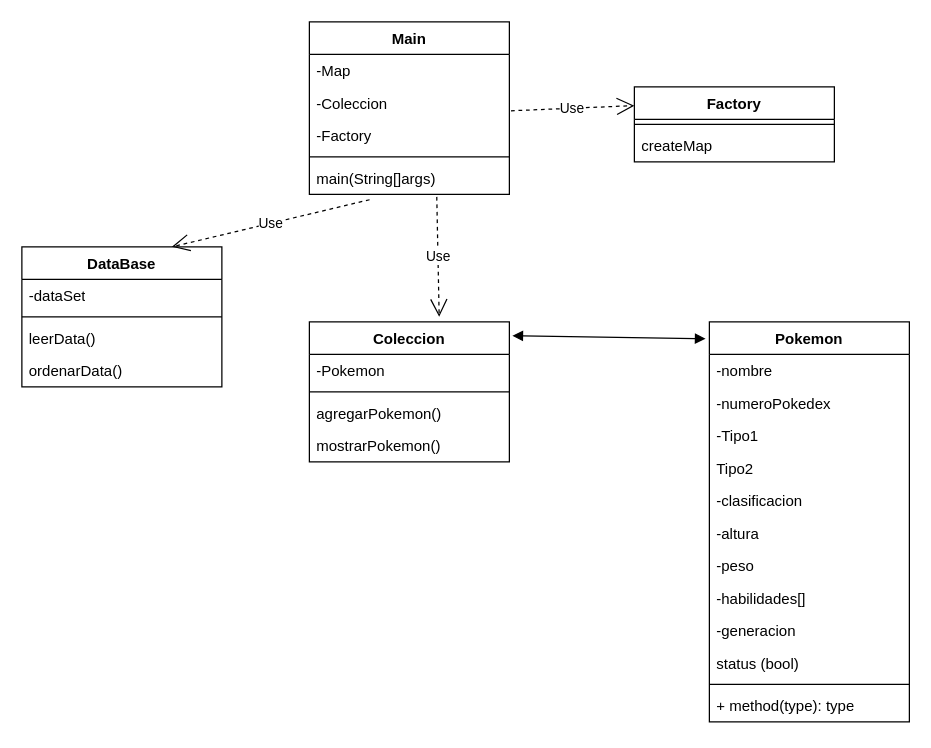
The draw.io diagram UML HDT6.drawio in JAVIERCLO/HojaDeTrabajo6, before the edit. Source tidied: cells renumbered, new cells numbered last; positions are measured from the earlier drawing's top-left corner, leaving out a move shared by most shapes. Both pictures are drawn from the tidied source at 125%, with x=0, y=0 at pixel (21, 21).
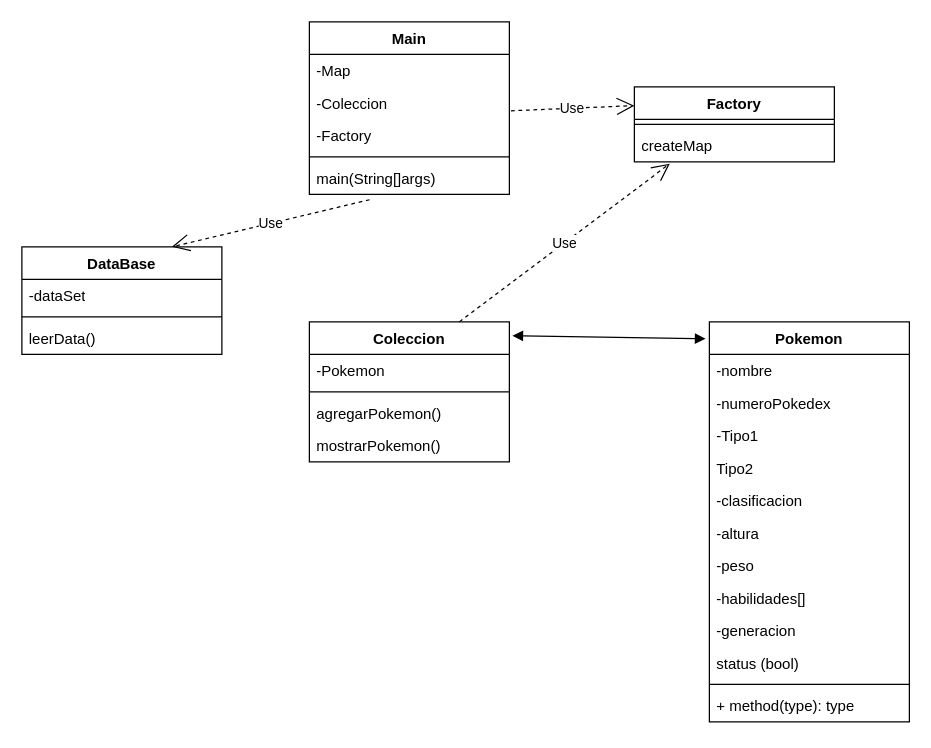
The same diagram, later.

Commit message (it also covers changes not shown here):
cambios al diagrama y creacion de clases

The change refers to these unchanged cells:
```xml
<mxCell id="7" value="Coleccion" style="swimlane;fontStyle=1;align=center;verticalAlign=top;horizontal=1;startSize=26;whiteSpace=wrap;html=1;" parent="1" vertex="1">
  <mxGeometry x="230" y="240" width="160" height="112" as="geometry" />
</mxCell>
<mxCell id="15" value="-Factory" style="text;strokeColor=none;fillColor=none;align=left;verticalAlign=top;spacingLeft=4;spacingRight=4;overflow=hidden;points=[[0,0.5],[1,0.5]];portConstraint=eastwest;whiteSpace=wrap;html=1;" parent="12" vertex="1">
  <mxGeometry y="78" width="160" height="26" as="geometry" />
</mxCell>
<mxCell id="17" value="main(String[]args)" style="text;strokeColor=none;fillColor=none;align=left;verticalAlign=top;spacingLeft=4;spacingRight=4;overflow=hidden;points=[[0,0.5],[1,0.5]];portConstraint=eastwest;whiteSpace=wrap;html=1;" parent="12" vertex="1">
  <mxGeometry y="112" width="160" height="26" as="geometry" />
</mxCell>
<mxCell id="18" value="Factory" style="swimlane;fontStyle=1;align=center;verticalAlign=top;horizontal=1;startSize=26;whiteSpace=wrap;html=1;" parent="1" vertex="1">
  <mxGeometry x="490" y="52" width="160" height="60" as="geometry" />
</mxCell>
<mxCell id="20" value="createMap" style="text;strokeColor=none;fillColor=none;align=left;verticalAlign=top;spacingLeft=4;spacingRight=4;overflow=hidden;points=[[0,0.5],[1,0.5]];portConstraint=eastwest;whiteSpace=wrap;html=1;" parent="18" vertex="1">
  <mxGeometry y="34" width="160" height="26" as="geometry" />
</mxCell>
```

What changed in the source:
```diff
@@
     <mxCell id="2" value="DataBase" style="swimlane;fontStyle=1;align=center;verticalAlign=top;horizontal=1;startSize=26;whiteSpace=wrap;html=1;" parent="1" vertex="1">
-      <mxGeometry y="180" width="160" height="112" as="geometry" />
+      <mxGeometry y="180" width="160" height="86" as="geometry" />
     </mxCell>
@@
-    <mxCell id="6" value="ordenarData()" style="text;strokeColor=none;fillColor=none;align=left;verticalAlign=top;spacingLeft=4;spacingRight=4;overflow=hidden;whiteSpace=wrap;html=1;" parent="2" vertex="1">
-      <mxGeometry y="86" width="160" height="26" as="geometry" />
-    </mxCell>
@@
+    <mxCell id="37" value="Use" style="endArrow=open;endSize=12;dashed=1;html=1;rounded=0;exitX=1.008;exitY=-0.264;exitDx=0;exitDy=0;exitPerimeter=0;entryX=0;entryY=0.25;entryDx=0;entryDy=0;" parent="1" edge="1" source="15" target="18">
+      <mxGeometry relative="1" as="geometry" />
+    </mxCell>
-    <mxCell id="36" value="Use" style="endArrow=open;endSize=12;dashed=1;html=1;rounded=0;exitX=0.637;exitY=1.077;exitDx=0;exitDy=0;exitPerimeter=0;entryX=0.649;entryY=-0.036;entryDx=0;entryDy=0;entryPerimeter=0;" parent="1" edge="1" source="17" target="7">
+    <mxCell id="36" value="Use" style="endArrow=open;endSize=12;dashed=1;html=1;rounded=0;exitX=0.75;exitY=0;exitDx=0;exitDy=0;entryX=0.177;entryY=1.055;entryDx=0;entryDy=0;entryPerimeter=0;" parent="1" edge="1" source="7" target="20">
       <mxGeometry relative="1" as="geometry" />
     </mxCell>
-    <mxCell id="37" value="Use" style="endArrow=open;endSize=12;dashed=1;html=1;rounded=0;exitX=1.008;exitY=-0.264;exitDx=0;exitDy=0;exitPerimeter=0;entryX=0;entryY=0.25;entryDx=0;entryDy=0;" parent="1" edge="1" source="15" target="18">
-      <mxGeometry relative="1" as="geometry" />
-    </mxCell>
```
